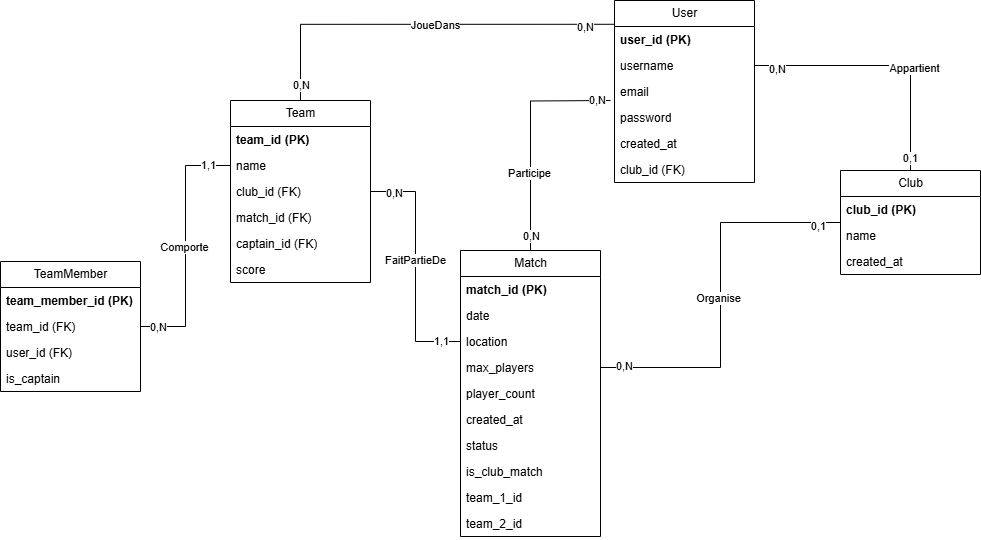
The draw.io diagram MCD.drawio.png in Mathistrg/Styx, before a commit. Source tidied: cells renumbered, new cells last; positions are measured from the earlier drawing's top-left corner, leaving out a move shared by most shapes.
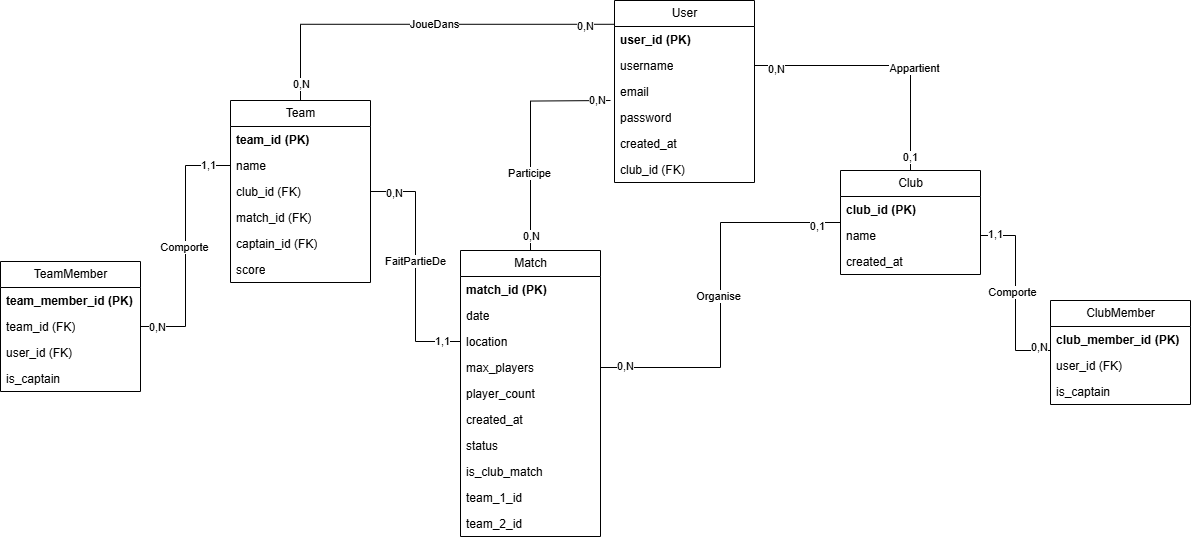
After the commit.

Commit message:
Mettre à jour MCD.drawio.png

Change to the diagram source:
```diff
@@ -178,5 +178,29 @@
     <mxCell id="59" value="1,1" style="edgeLabel;html=1;align=center;verticalAlign=middle;" parent="56" vertex="1">
       <mxGeometry x="0.82" y="1" relative="1" as="geometry" />
     </mxCell>
+    <mxCell id="60" value="ClubMember" style="swimlane;fontStyle=0;horizontal=1;startSize=26;fillColor=none;html=1;" parent="1" vertex="1">
+      <mxGeometry x="1050" y="300" width="140" height="104" as="geometry" />
+    </mxCell>
+    <mxCell id="61" value="&lt;b&gt;club_member_id (PK)&lt;/b&gt;" style="text;strokeColor=none;fillColor=none;align=left;verticalAlign=top;spacingLeft=4;spacingRight=4;overflow=hidden;points=[[0,0.5],[1,0.5]];portConstraint=eastwest;whiteSpace=wrap;html=1;" parent="60" vertex="1">
+      <mxGeometry y="26" width="140" height="26" as="geometry" />
+    </mxCell>
+    <mxCell id="62" value="user_id (FK)" style="text;strokeColor=none;fillColor=none;align=left;verticalAlign=top;spacingLeft=4;spacingRight=4;overflow=hidden;whiteSpace=wrap;html=1;" parent="60" vertex="1">
+      <mxGeometry y="52" width="140" height="26" as="geometry" />
+    </mxCell>
+    <mxCell id="63" value="is_captain" style="text;strokeColor=none;fillColor=none;align=left;verticalAlign=top;spacingLeft=4;spacingRight=4;overflow=hidden;whiteSpace=wrap;html=1;" parent="60" vertex="1">
+      <mxGeometry y="78" width="140" height="26" as="geometry" />
+    </mxCell>
+    <mxCell id="64" style="edgeStyle=orthogonalEdgeStyle;rounded=0;jettySize=auto;html=1;entryX=0;entryY=0.923;entryDx=0;entryDy=0;entryPerimeter=0;endArrow=none;endFill=0;" parent="1" edge="1" source="22" target="61">
+      <mxGeometry relative="1" as="geometry" />
+    </mxCell>
+    <mxCell id="65" value="Comporte" style="edgeLabel;html=1;align=center;verticalAlign=middle;" parent="64" vertex="1">
+      <mxGeometry x="-0.02" y="-4" relative="1" as="geometry" />
+    </mxCell>
+    <mxCell id="66" value="0,N" style="edgeLabel;html=1;align=center;verticalAlign=middle;" parent="64" vertex="1">
+      <mxGeometry x="0.87" y="4" relative="1" as="geometry" />
+    </mxCell>
+    <mxCell id="67" value="1,1" style="edgeLabel;html=1;align=center;verticalAlign=middle;" parent="64" vertex="1">
+      <mxGeometry x="-0.85" y="2" relative="1" as="geometry" />
+    </mxCell>
   </root>
 </mxGraphModel>
```
